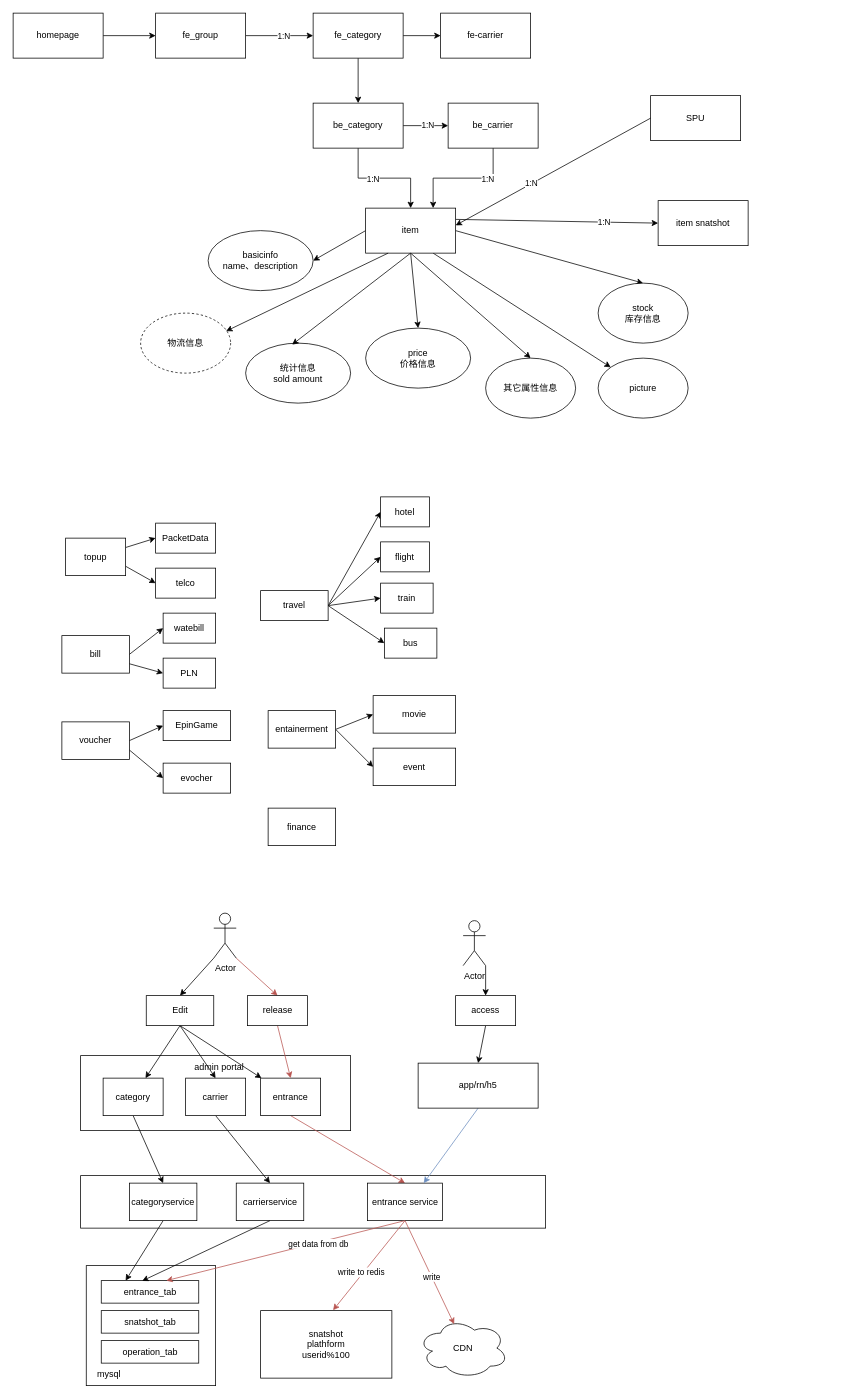
Before: page "类目主页管理" (2 of 9) of source/diagrams/e-commerce.drawio in wxquare/wxquare.github.io, a draw.io diagram. Source tidied: cells renumbered, new cells numbered last; positions are measured from the earlier drawing's top-left corner, leaving out a move shared by most shapes. Both pictures are drawn from the tidied source at 75%, with x=0, y=0 at pixel (13, 13).
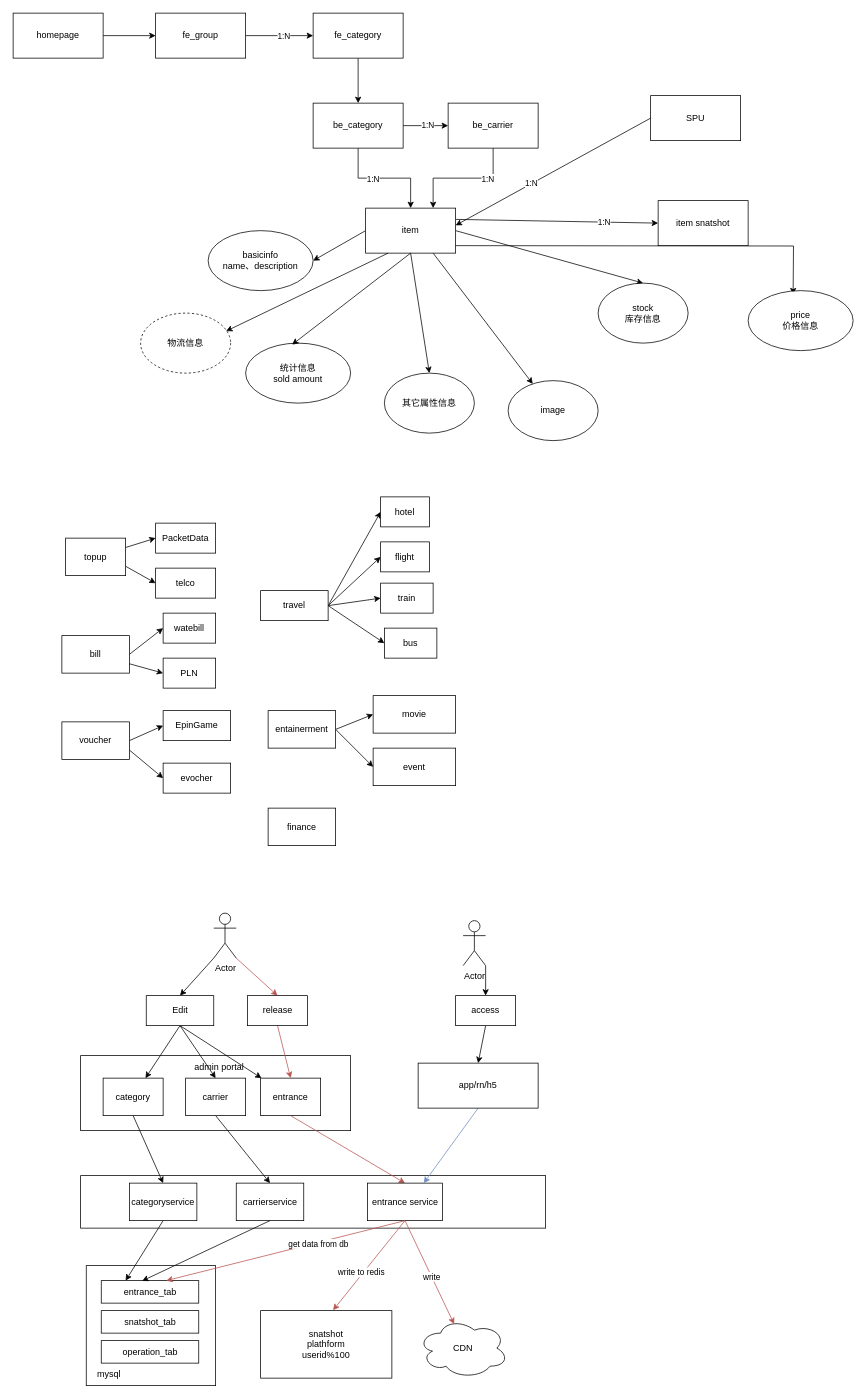
The same page after the edit.

The change refers to these unchanged cells:
```xml
<mxCell id="9" value="fe_category" style="rounded=0;whiteSpace=wrap;html=1;" parent="1" vertex="1">
  <mxGeometry x="400" width="120" height="60" as="geometry" />
</mxCell>
<mxCell id="17" value="item" style="rounded=0;whiteSpace=wrap;html=1;" parent="1" vertex="1">
  <mxGeometry x="470" y="260" width="120" height="60" as="geometry" />
</mxCell>
```

Diff of the diagram source:
```diff
@@
-    <mxCell id="8" style="edgeStyle=orthogonalEdgeStyle;rounded=0;jettySize=auto;html=1;exitX=1;exitY=0.5;exitDx=0;exitDy=0;entryX=0;entryY=0.5;entryDx=0;entryDy=0;" parent="1" edge="1" source="9" target="41">
-      <mxGeometry relative="1" as="geometry" />
-    </mxCell>
@@
-    <mxCell id="11" style="edgeStyle=none;rounded=0;jettySize=auto;html=1;exitX=0.5;exitY=1;exitDx=0;exitDy=0;entryX=0.5;entryY=0;entryDx=0;entryDy=0;" parent="1" edge="1" source="17" target="29">
-      <mxGeometry relative="1" as="geometry" />
-    </mxCell>
@@
+    <mxCell id="112" style="edgeStyle=orthogonalEdgeStyle;rounded=0;orthogonalLoop=1;jettySize=auto;html=1;exitX=1;exitY=0.75;exitDx=0;exitDy=0;" parent="1" edge="1">
+      <mxGeometry relative="1" as="geometry">
+        <mxPoint x="580" y="310" as="sourcePoint" />
+        <mxPoint x="1040" y="375" as="targetPoint" />
+      </mxGeometry>
+    </mxCell>
@@
     <mxCell id="29" value="&lt;div&gt;price&lt;/div&gt;价格信息" style="ellipse;whiteSpace=wrap;html=1;" parent="1" vertex="1">
-      <mxGeometry x="470" y="420" width="140" height="80" as="geometry" />
+      <mxGeometry x="980" y="370" width="140" height="80" as="geometry" />
     </mxCell>
@@
     <mxCell id="31" value="其它属性信息" style="ellipse;whiteSpace=wrap;html=1;" parent="1" vertex="1">
-      <mxGeometry x="630" y="460" width="120" height="80" as="geometry" />
+      <mxGeometry x="495" y="480" width="120" height="80" as="geometry" />
     </mxCell>
@@
-    <mxCell id="38" value="picture" style="ellipse;whiteSpace=wrap;html=1;" parent="1" vertex="1">
-      <mxGeometry x="780" y="460" width="120" height="80" as="geometry" />
+    <mxCell id="38" value="image" style="ellipse;whiteSpace=wrap;html=1;" parent="1" vertex="1">
+      <mxGeometry x="660" y="490" width="120" height="80" as="geometry" />
     </mxCell>
@@
-    <mxCell id="41" value="fe-carrier" style="rounded=0;whiteSpace=wrap;html=1;" parent="1" vertex="1">
-      <mxGeometry x="570" width="120" height="60" as="geometry" />
-    </mxCell>
```
